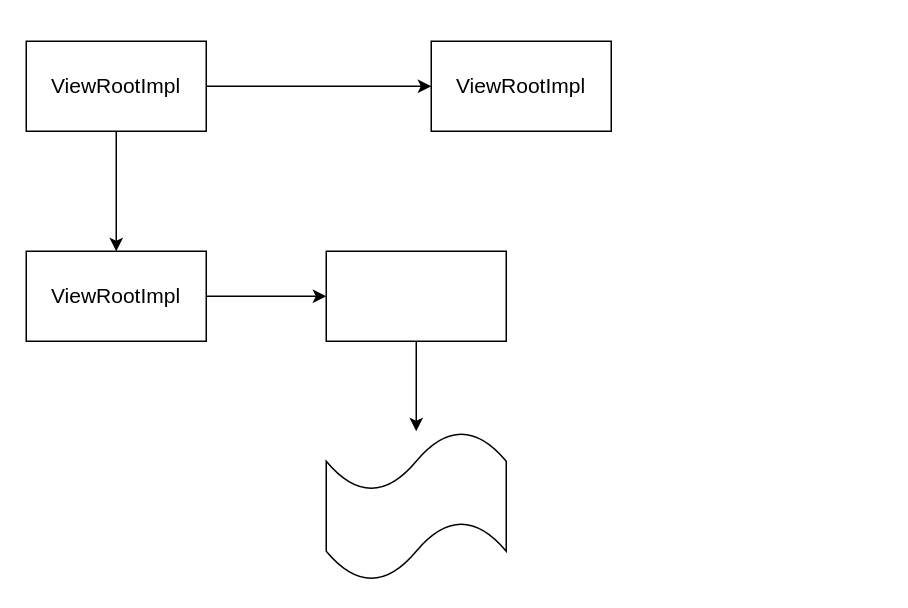
Before: TestDiagram.drawio in xianzhu21/draw.io, a draw.io diagram. Source tidied: cells renumbered, new cells numbered last; positions are measured from the earlier drawing's top-left corner, leaving out a move shared by most shapes. Both pictures are drawn from the tidied source at 150%, with x=0, y=0 at pixel (26, 40).
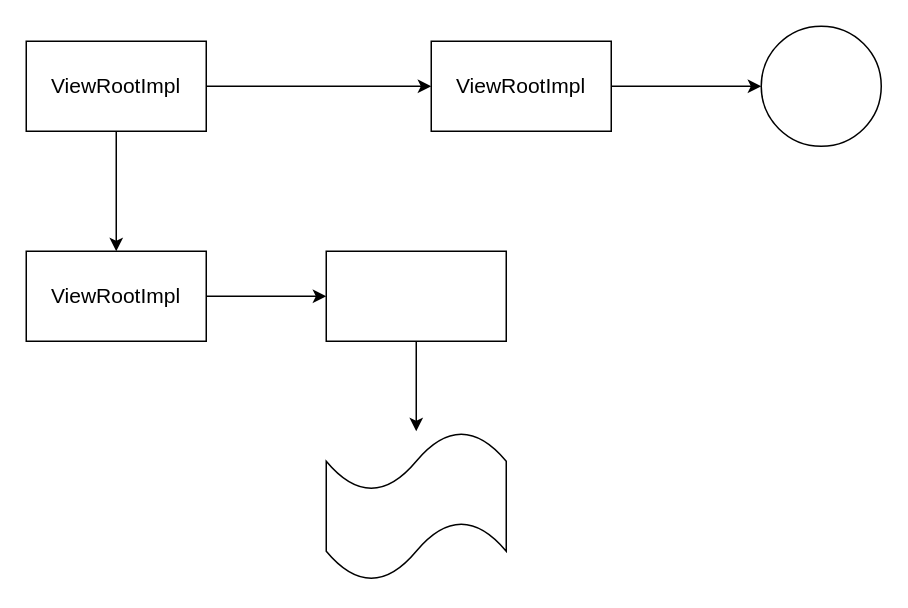
The same diagram, later.

What changed in the source:
```diff
@@
 <mxGraphModel>
   <root>
     <mxCell id="0" />
     <mxCell id="1" parent="0" />
     <mxCell id="2" style="edgeStyle=orthogonalEdgeStyle;rounded=0;jettySize=auto;html=1;" parent="1" edge="1" source="4" target="5">
       <mxGeometry relative="1" as="geometry" />
     </mxCell>
     <mxCell id="3" style="edgeStyle=orthogonalEdgeStyle;rounded=0;jettySize=auto;html=1;" parent="1" edge="1" source="4" target="7">
       <mxGeometry relative="1" as="geometry" />
     </mxCell>
     <mxCell id="4" value="&lt;font style=&quot;font-size: 14px;&quot;&gt;ViewRootImpl&lt;/font&gt;" style="rounded=0;whiteSpace=wrap;html=1;" parent="1" vertex="1">
       <mxGeometry width="120" height="60" as="geometry" />
     </mxCell>
+    <mxCell id="11" style="edgeStyle=orthogonalEdgeStyle;rounded=0;jettySize=auto;html=1;" parent="1" edge="1" source="5" target="12">
+      <mxGeometry relative="1" as="geometry" />
+    </mxCell>
     <mxCell id="5" value="&lt;font style=&quot;font-size: 14px;&quot;&gt;ViewRootImpl&lt;/font&gt;" style="rounded=0;whiteSpace=wrap;html=1;" parent="1" vertex="1">
       <mxGeometry x="270" width="120" height="60" as="geometry" />
     </mxCell>
     <mxCell id="6" style="edgeStyle=orthogonalEdgeStyle;rounded=0;jettySize=auto;html=1;" parent="1" edge="1" source="7" target="9">
       <mxGeometry relative="1" as="geometry" />
     </mxCell>
     <mxCell id="7" value="&lt;font style=&quot;font-size: 14px;&quot;&gt;ViewRootImpl&lt;/font&gt;" style="rounded=0;whiteSpace=wrap;html=1;" parent="1" vertex="1">
       <mxGeometry y="140" width="120" height="60" as="geometry" />
     </mxCell>
     <mxCell id="8" style="edgeStyle=orthogonalEdgeStyle;rounded=0;jettySize=auto;html=1;" parent="1" edge="1" source="9" target="10">
       <mxGeometry relative="1" as="geometry" />
     </mxCell>
     <mxCell id="9" style="whiteSpace=wrap;html=1;rounded=0;" parent="1" vertex="1">
       <mxGeometry x="200" y="140" width="120" height="60" as="geometry" />
     </mxCell>
     <mxCell id="10" style="shape=tape;whiteSpace=wrap;html=1;rounded=0;" parent="1" vertex="1">
       <mxGeometry x="200" y="260" width="120" height="100" as="geometry" />
     </mxCell>
+    <mxCell id="12" style="ellipse;whiteSpace=wrap;html=1;rounded=0;" parent="1" vertex="1">
+      <mxGeometry x="490" y="-10" width="80" height="80" as="geometry" />
+    </mxCell>
   </root>
 </mxGraphModel>
```
